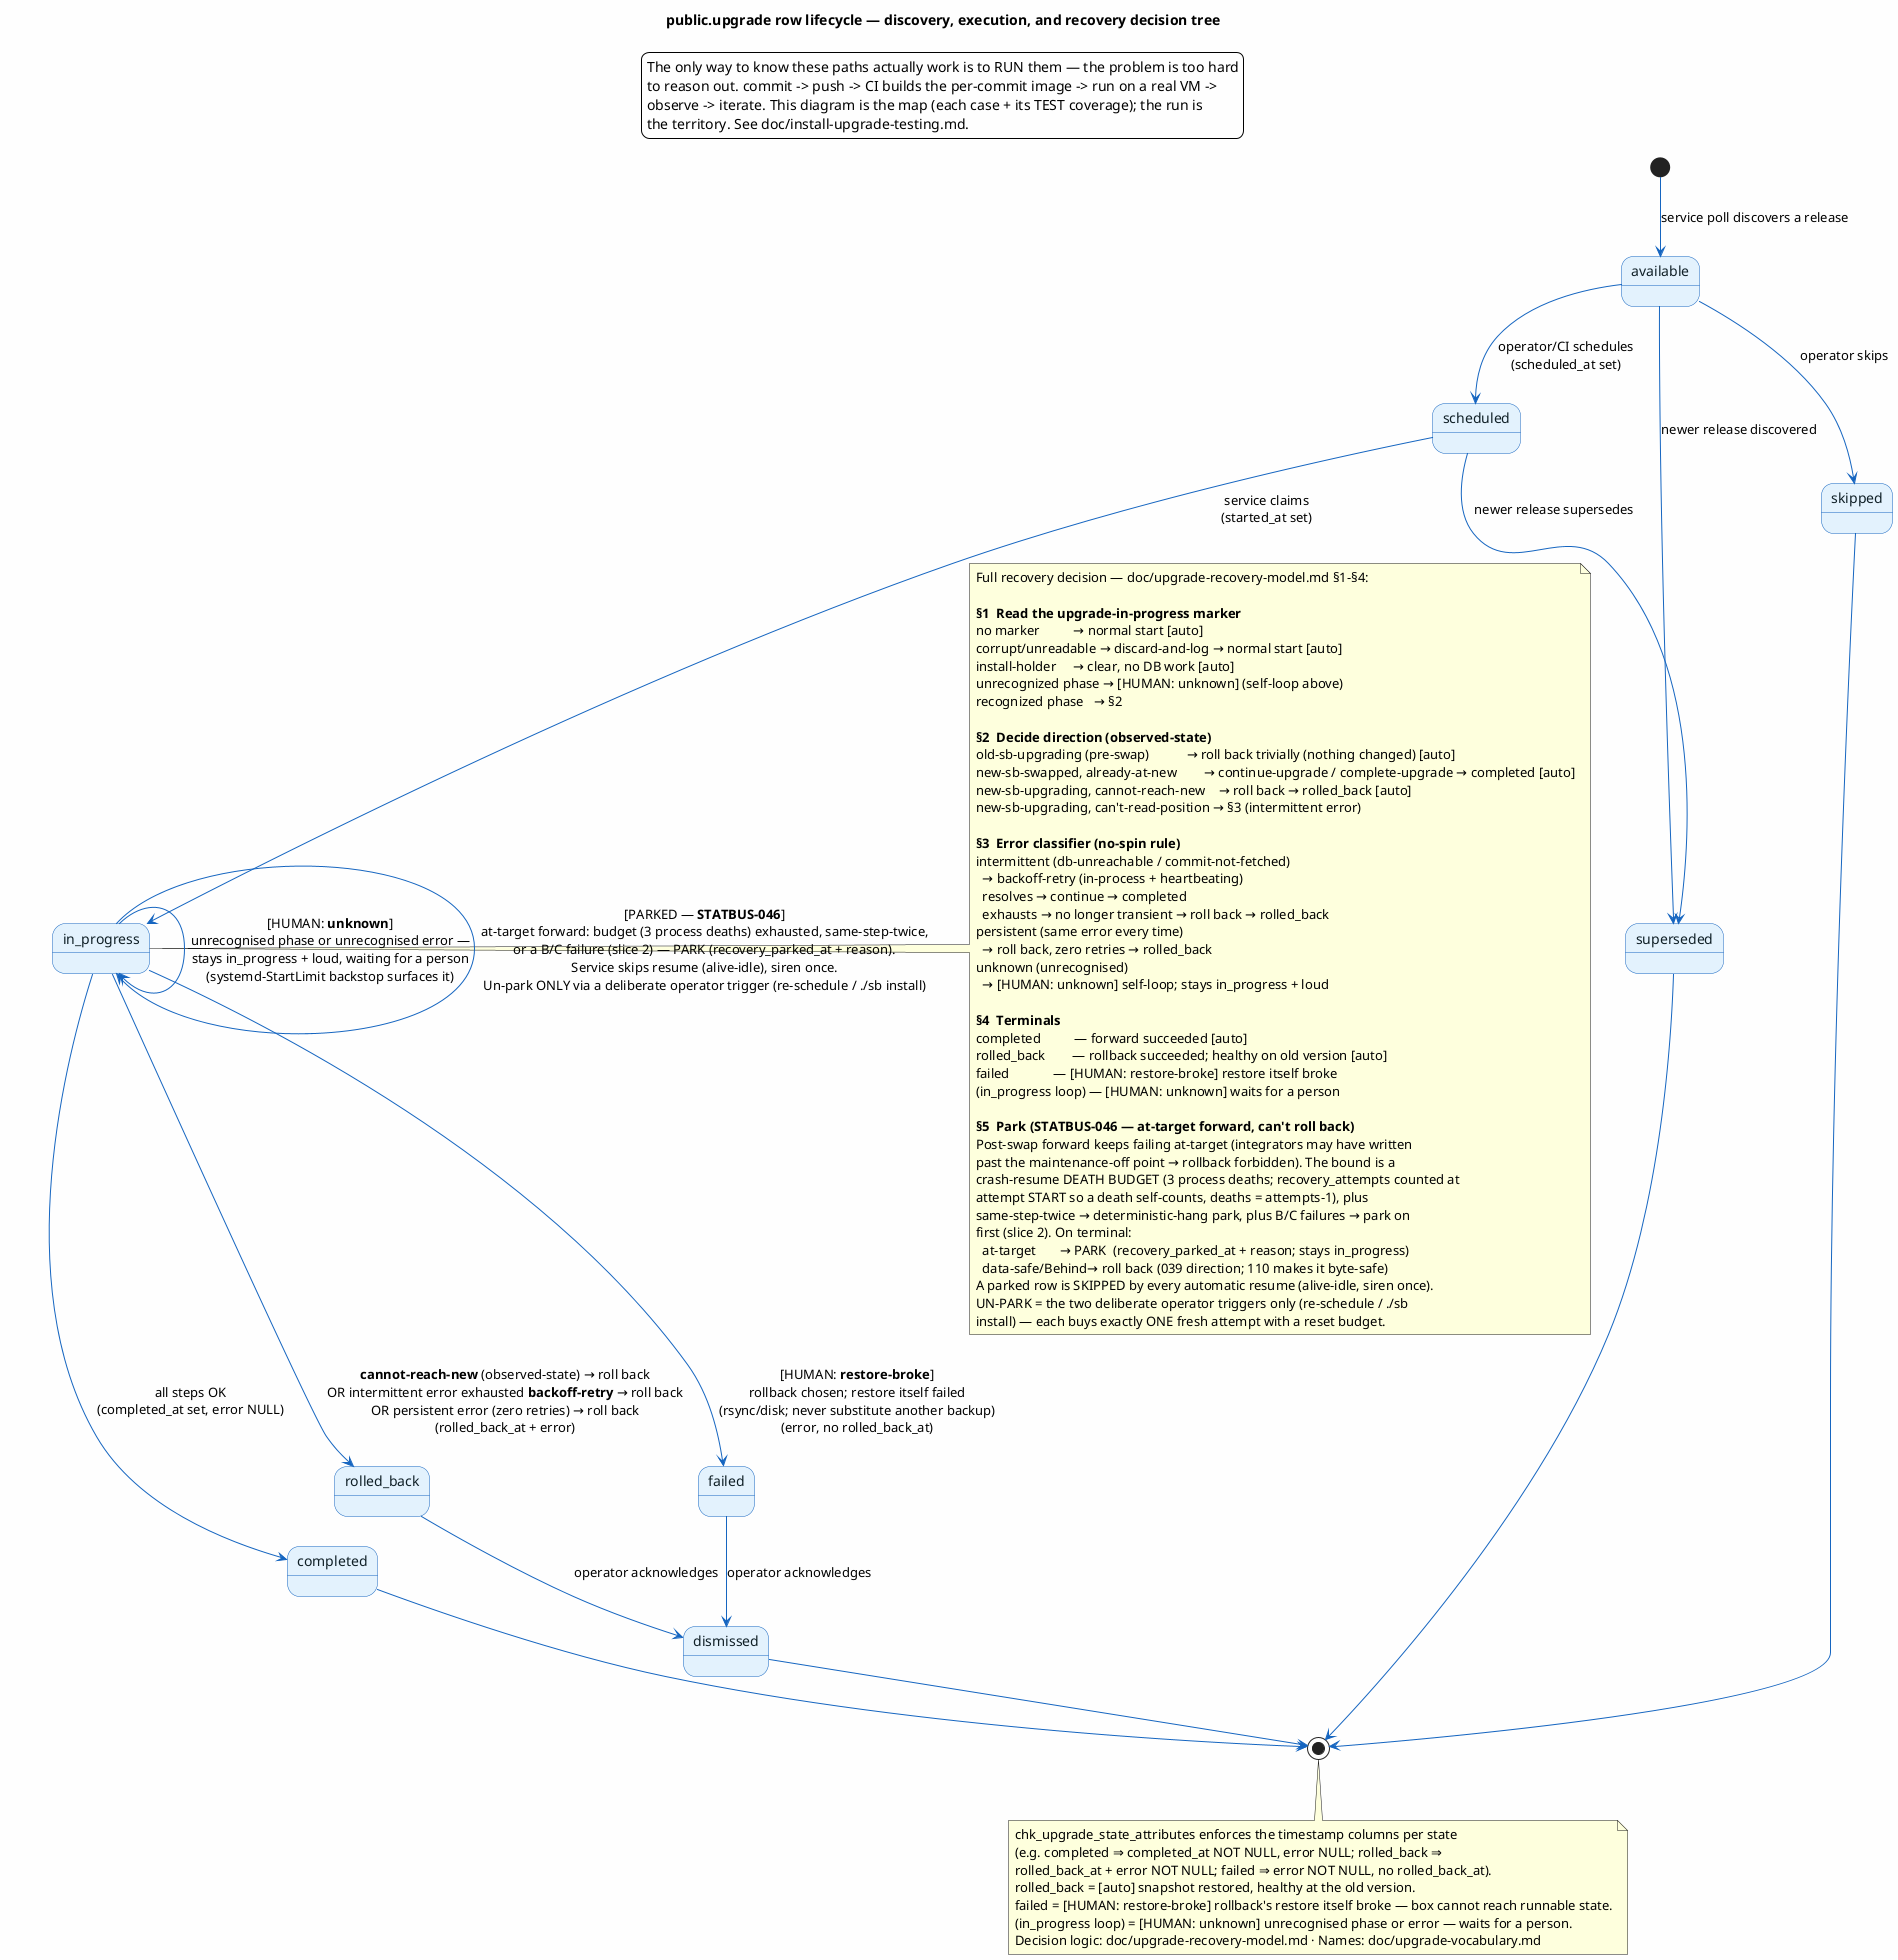
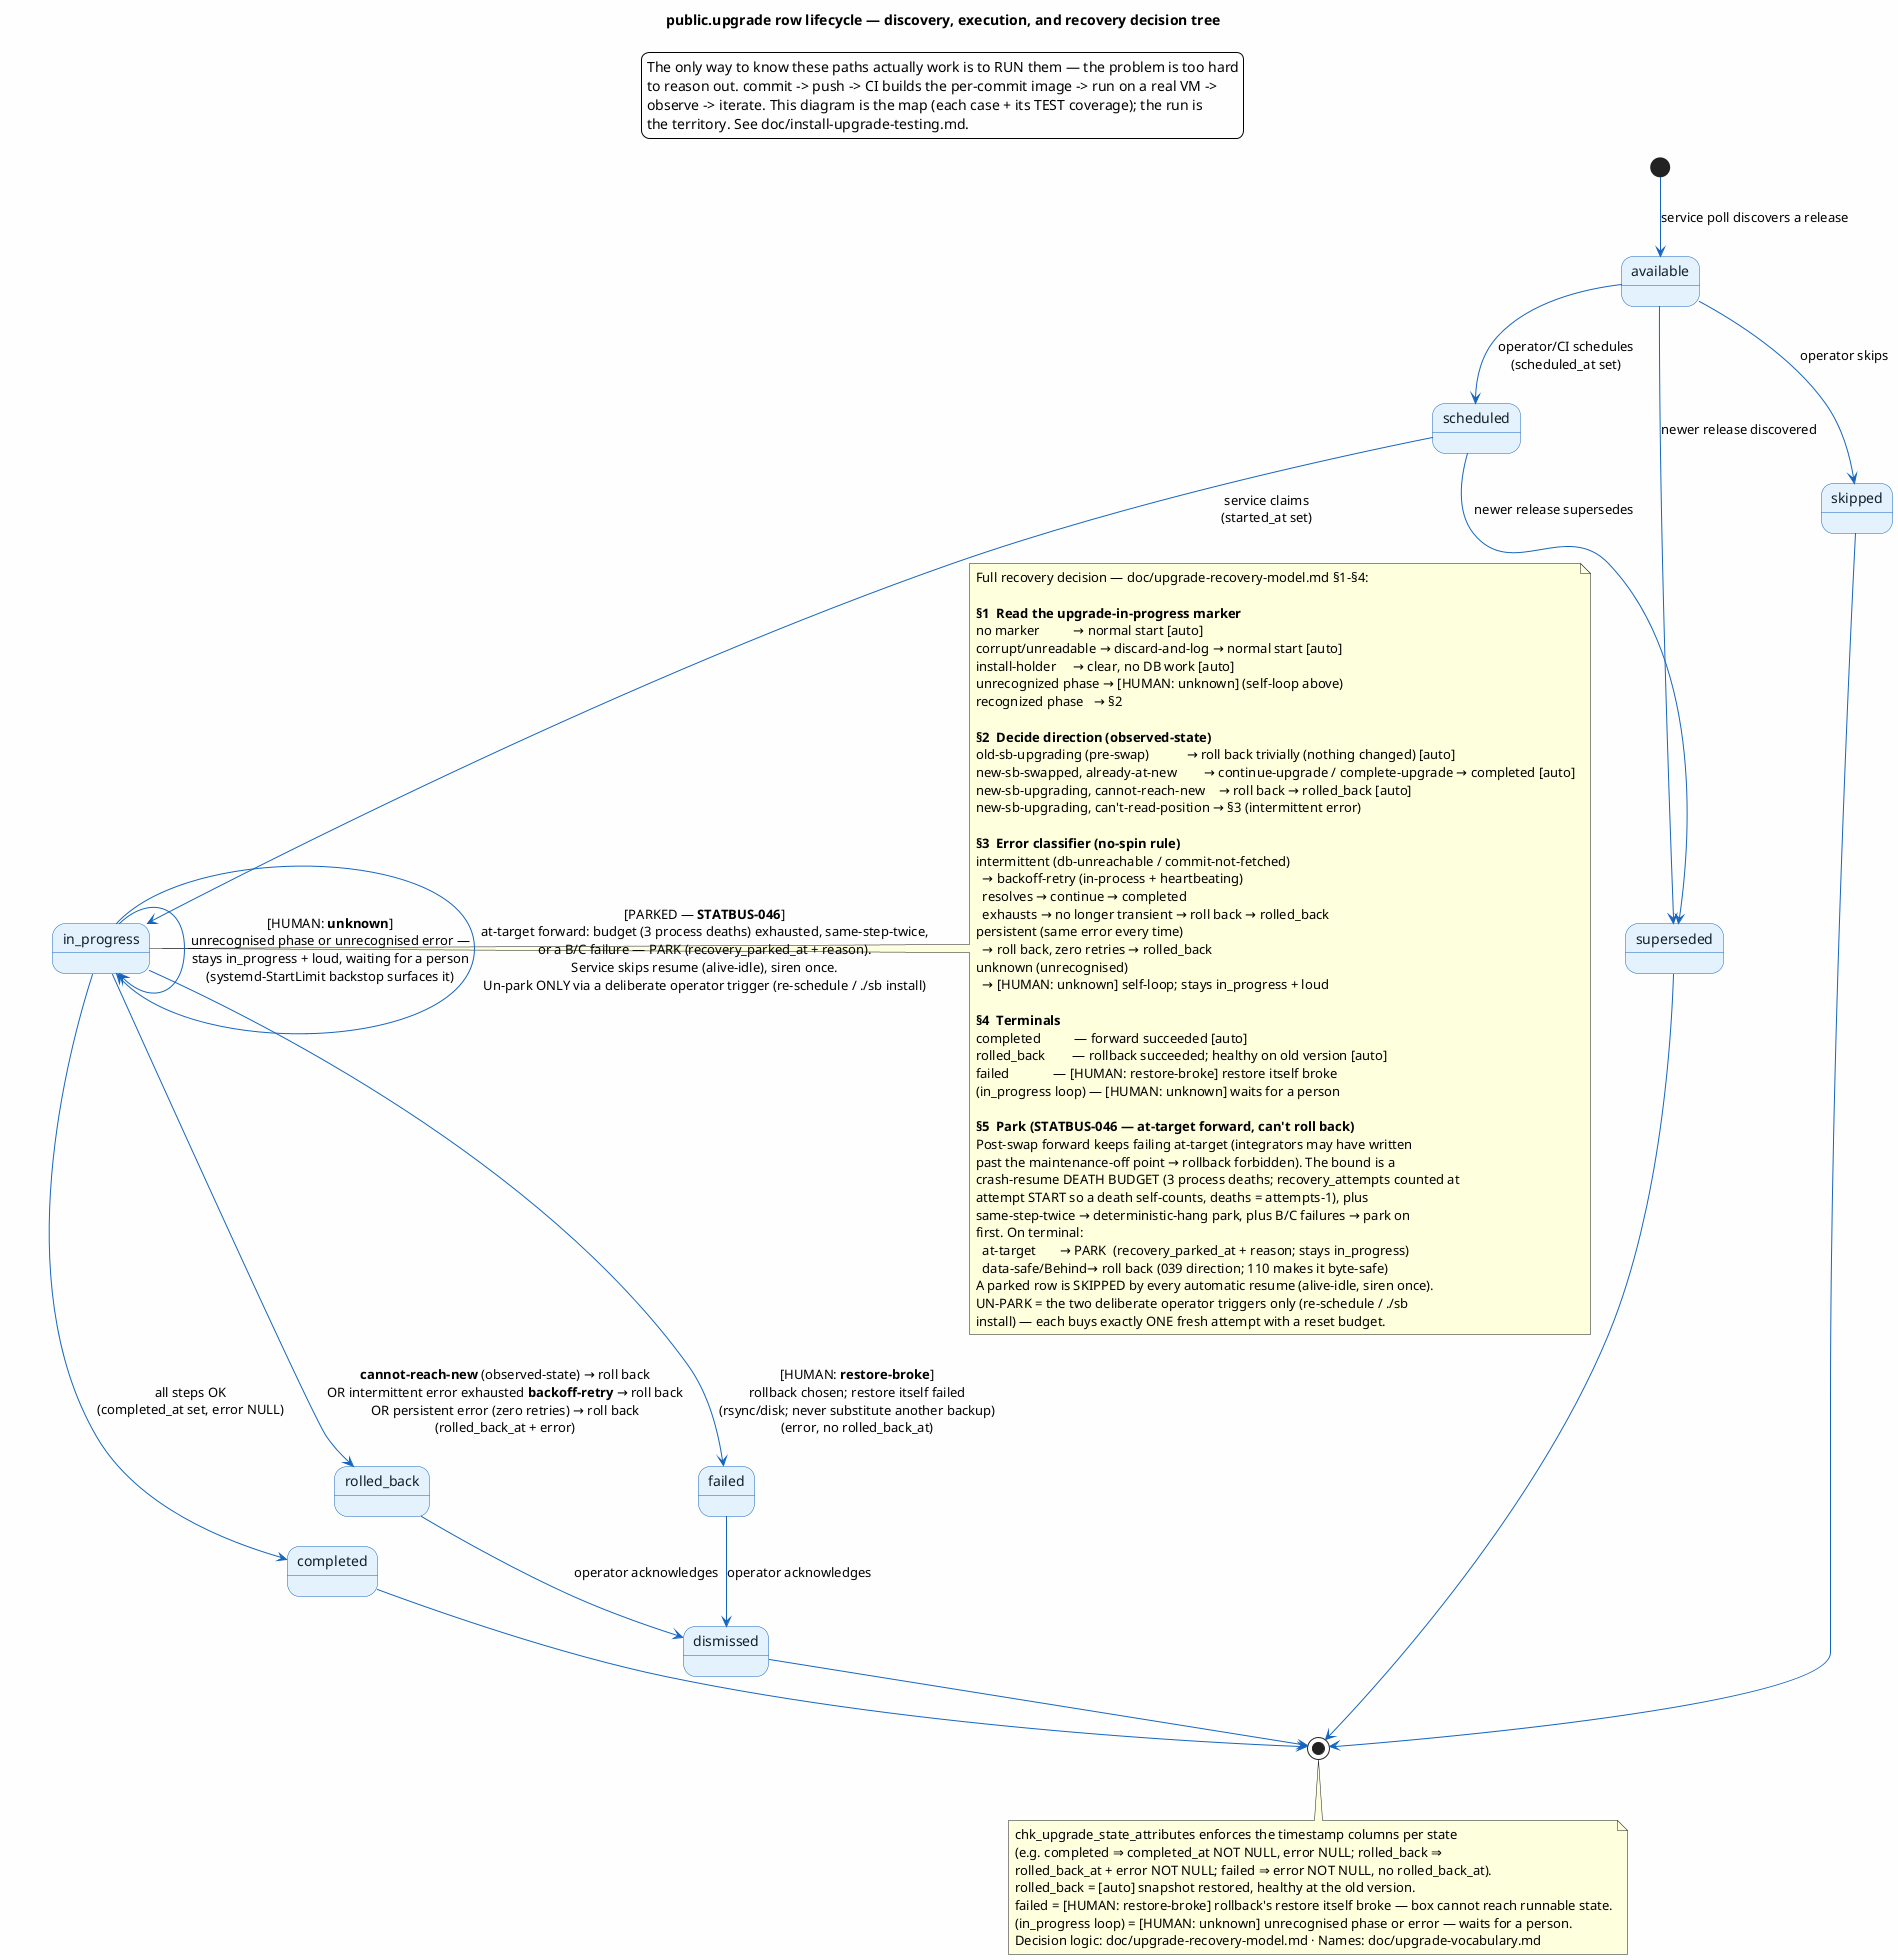
@startuml upgrade-lifecycle
' Authoritative state diagram for doc/upgrade-timeline.md § Upgrade-row lifecycle.
' States are the public.upgrade.state enum (upgrade_state); the timestamp
' invariants per state are enforced by chk_upgrade_state_attributes — see
' doc/db/table/public_upgrade.md.
' Names: doc/upgrade-vocabulary.md. Decision logic: doc/upgrade-recovery-model.md.
skinparam backgroundColor #FEFEFE
skinparam state {
    BorderColor #1565C0
    BackgroundColor #E3F2FD
    ArrowColor #1565C0
    FontColor #102027
}

title public.upgrade row lifecycle — discovery, execution, and recovery decision tree

legend top
The only way to know these paths actually work is to RUN them — the problem is too hard
to reason out. commit -> push -> CI builds the per-commit image -> run on a real VM ->
observe -> iterate. This diagram is the map (each case + its TEST coverage); the run is
the territory. See doc/install-upgrade-testing.md.
endlegend

[*] --> available : service poll discovers a release

available --> scheduled : operator/CI schedules\n(scheduled_at set)
available --> skipped : operator skips
available --> superseded : newer release discovered

scheduled --> in_progress : service claims\n(started_at set)
scheduled --> superseded : newer release supersedes

in_progress --> completed : all steps OK\n(completed_at set, error NULL)

' [HUMAN: unknown] — unrecognised phase or unrecognised error: stays in_progress, loud
in_progress --> in_progress : [HUMAN: **unknown**]\nunrecognised phase or unrecognised error —\nstays in_progress + loud, waiting for a person\n(systemd-StartLimit backstop surfaces it)

' [PARKED — STATBUS-046] — at-target forward exhausted the crash-resume death
- ' budget (3 process deaths) OR hit same-step-twice (deterministic hang) OR a B/C failure fired (slice 2):
+ ' budget (3 process deaths) OR hit same-step-twice (deterministic hang) OR a B/C failure fired:
' stays in_progress (forward-only preserved; rollback stays reachable ONLY via a
' positively-Behind verdict, NEVER via exhaustion). The row gains
' recovery_parked_at + recovery_parked_reason; the service SKIPS resume
' (alive-idle, no crash loop) and the degraded siren fires ONCE. This is what
' replaces rune's loop-forever (10,229 restarts).
- in_progress --> in_progress : [PARKED — **STATBUS-046**]\nat-target forward: budget (3 process deaths) exhausted, same-step-twice,\nor a B/C failure (slice 2) — PARK (recovery_parked_at + reason).\nService skips resume (alive-idle), siren once.\nUn-park ONLY via a deliberate operator trigger (re-schedule / ./sb install)
+ in_progress --> in_progress : [PARKED — **STATBUS-046**]\nat-target forward: budget (3 process deaths) exhausted, same-step-twice,\nor a B/C failure — PARK (recovery_parked_at + reason).\nService skips resume (alive-idle), siren once.\nUn-park ONLY via a deliberate operator trigger (re-schedule / ./sb install)

' cannot-reach-new → roll back (also: intermittent exhausted backoff-retry, or persistent error)
in_progress --> rolled_back : **cannot-reach-new** (observed-state) → roll back\nOR intermittent error exhausted **backoff-retry** → roll back\nOR persistent error (zero retries) → roll back\n(rolled_back_at + error)

' [HUMAN: restore-broke] — rollback chosen but restore itself failed
in_progress --> failed : [HUMAN: **restore-broke**]\nrollback chosen; restore itself failed\n(rsync/disk; never substitute another backup)\n(error, no rolled_back_at)

note right of in_progress
  Full recovery decision — doc/upgrade-recovery-model.md §1–§4:

  **§1  Read the upgrade-in-progress marker**
  no marker          → normal start [auto]
  corrupt/unreadable → discard-and-log → normal start [auto]
  install-holder     → clear, no DB work [auto]
  unrecognized phase → [HUMAN: unknown] (self-loop above)
  recognized phase   → §2

  **§2  Decide direction (observed-state)**
  old-sb-upgrading (pre-swap)           → roll back trivially (nothing changed) [auto]
  new-sb-swapped, already-at-new        → continue-upgrade / complete-upgrade → completed [auto]
  new-sb-upgrading, cannot-reach-new    → roll back → rolled_back [auto]
  new-sb-upgrading, can't-read-position → §3 (intermittent error)

  **§3  Error classifier (no-spin rule)**
  intermittent (db-unreachable / commit-not-fetched)
    → backoff-retry (in-process + heartbeating)
    resolves → continue → completed
    exhausts → no longer transient → roll back → rolled_back
  persistent (same error every time)
    → roll back, zero retries → rolled_back
  unknown (unrecognised)
    → [HUMAN: unknown] self-loop; stays in_progress + loud

  **§4  Terminals**
  completed          — forward succeeded [auto]
  rolled_back        — rollback succeeded; healthy on old version [auto]
  failed             — [HUMAN: restore-broke] restore itself broke
  (in_progress loop) — [HUMAN: unknown] waits for a person

  **§5  Park (STATBUS-046 — at-target forward, can't roll back)**
  Post-swap forward keeps failing at-target (integrators may have written
  past the maintenance-off point → rollback forbidden). The bound is a
  crash-resume DEATH BUDGET (3 process deaths; recovery_attempts counted at
  attempt START so a death self-counts, deaths = attempts-1), plus
  same-step-twice → deterministic-hang park, plus B/C failures → park on
-   first (slice 2). On terminal:
+   first. On terminal:
    at-target       → PARK  (recovery_parked_at + reason; stays in_progress)
    data-safe/Behind→ roll back (039 direction; 110 makes it byte-safe)
  A parked row is SKIPPED by every automatic resume (alive-idle, siren once).
  UN-PARK = the two deliberate operator triggers only (re-schedule / ./sb
  install) — each buys exactly ONE fresh attempt with a reset budget.
end note

rolled_back --> dismissed : operator acknowledges
failed --> dismissed : operator acknowledges

completed --> [*]
skipped --> [*]
superseded --> [*]
dismissed --> [*]

note bottom
  chk_upgrade_state_attributes enforces the timestamp columns per state
  (e.g. completed ⇒ completed_at NOT NULL, error NULL; rolled_back ⇒
  rolled_back_at + error NOT NULL; failed ⇒ error NOT NULL, no rolled_back_at).
  rolled_back = [auto] snapshot restored, healthy at the old version.
  failed = [HUMAN: restore-broke] rollback's restore itself broke — box cannot reach runnable state.
  (in_progress loop) = [HUMAN: unknown] unrecognised phase or error — waits for a person.
  Decision logic: doc/upgrade-recovery-model.md · Names: doc/upgrade-vocabulary.md
end note

@enduml
